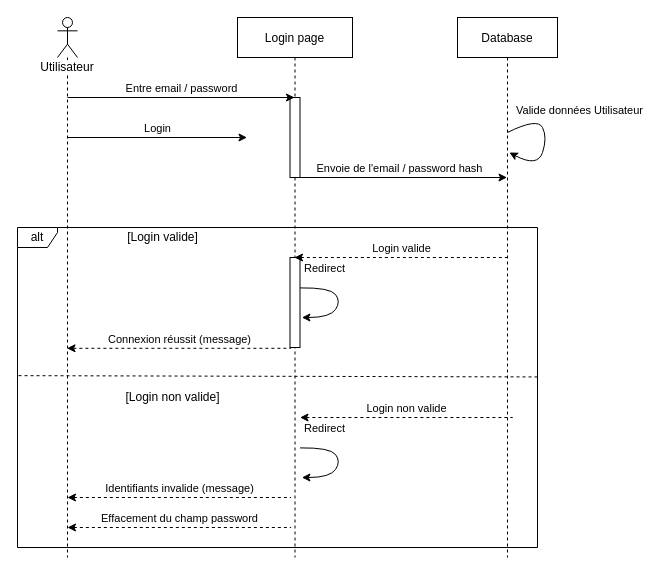
The draw.io diagram SequenceLogin.drawio in Devetik/Diagrammes, before the edit. Source tidied: cells renumbered, new cells numbered last; positions are measured from the earlier drawing's top-left corner, leaving out a move shared by most shapes. Both pictures are drawn from the tidied source at 100%, with x=0, y=0 at pixel (17, 17).
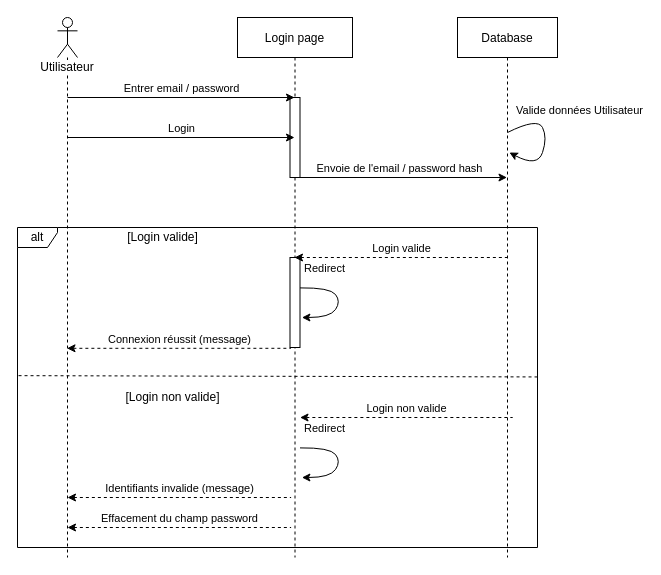
The same page after the edit.

The change refers to these unchanged cells:
```xml
<mxCell id="2" value="Login page" style="shape=umlLifeline;perimeter=lifelinePerimeter;rounded=0;shadow=0;strokeWidth=1;" parent="1" vertex="1">
  <mxGeometry x="220" width="115" height="540" as="geometry" />
</mxCell>
```

Diff of the diagram source:
```diff
@@
-    <mxCell id="11" value="Entre email / password" style="endArrow=classic;html=1;rounded=0;verticalAlign=bottom;" parent="1" edge="1" target="2">
+    <mxCell id="11" value="Entrer email / password" style="endArrow=classic;html=1;rounded=0;verticalAlign=bottom;" parent="1" edge="1" target="2">
       <mxGeometry relative="1" as="geometry">
         <mxPoint x="50" y="80" as="sourcePoint" />
       </mxGeometry>
     </mxCell>
-    <mxCell id="12" value="Login" style="endArrow=classic;html=1;rounded=0;verticalAlign=bottom;" parent="1" edge="1">
+    <mxCell id="12" value="Login" style="endArrow=classic;html=1;rounded=0;verticalAlign=bottom;" parent="1" edge="1" target="2">
       <mxGeometry relative="1" as="geometry">
         <mxPoint x="50" y="120" as="sourcePoint" />
-        <mxPoint x="229.5" y="120" as="targetPoint" />
       </mxGeometry>
     </mxCell>
```
